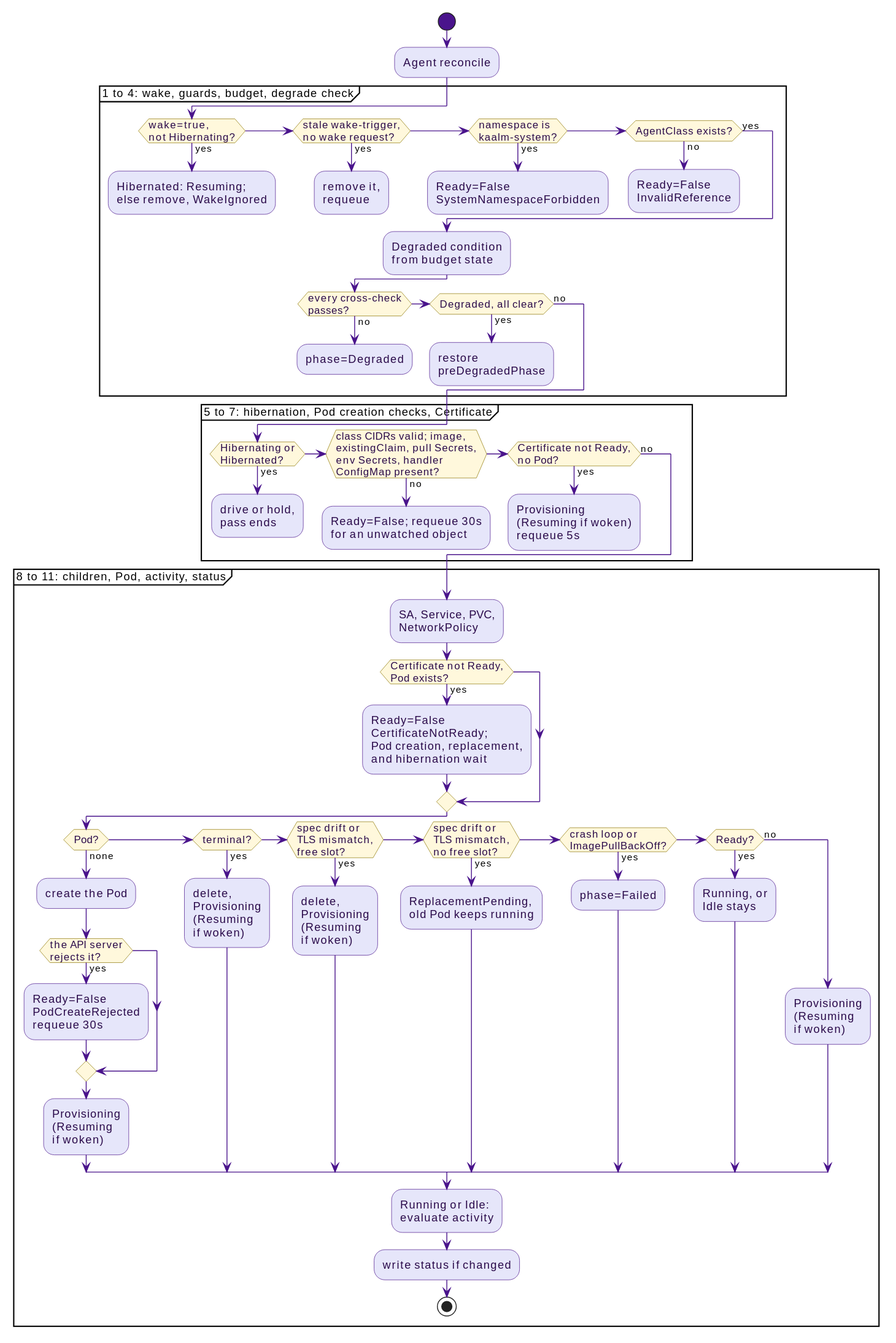
This is docs/src/diagrams/agent-reconcile-pass.svg from win07xp/kaalm, a PlantUML export, as it was before one commit.
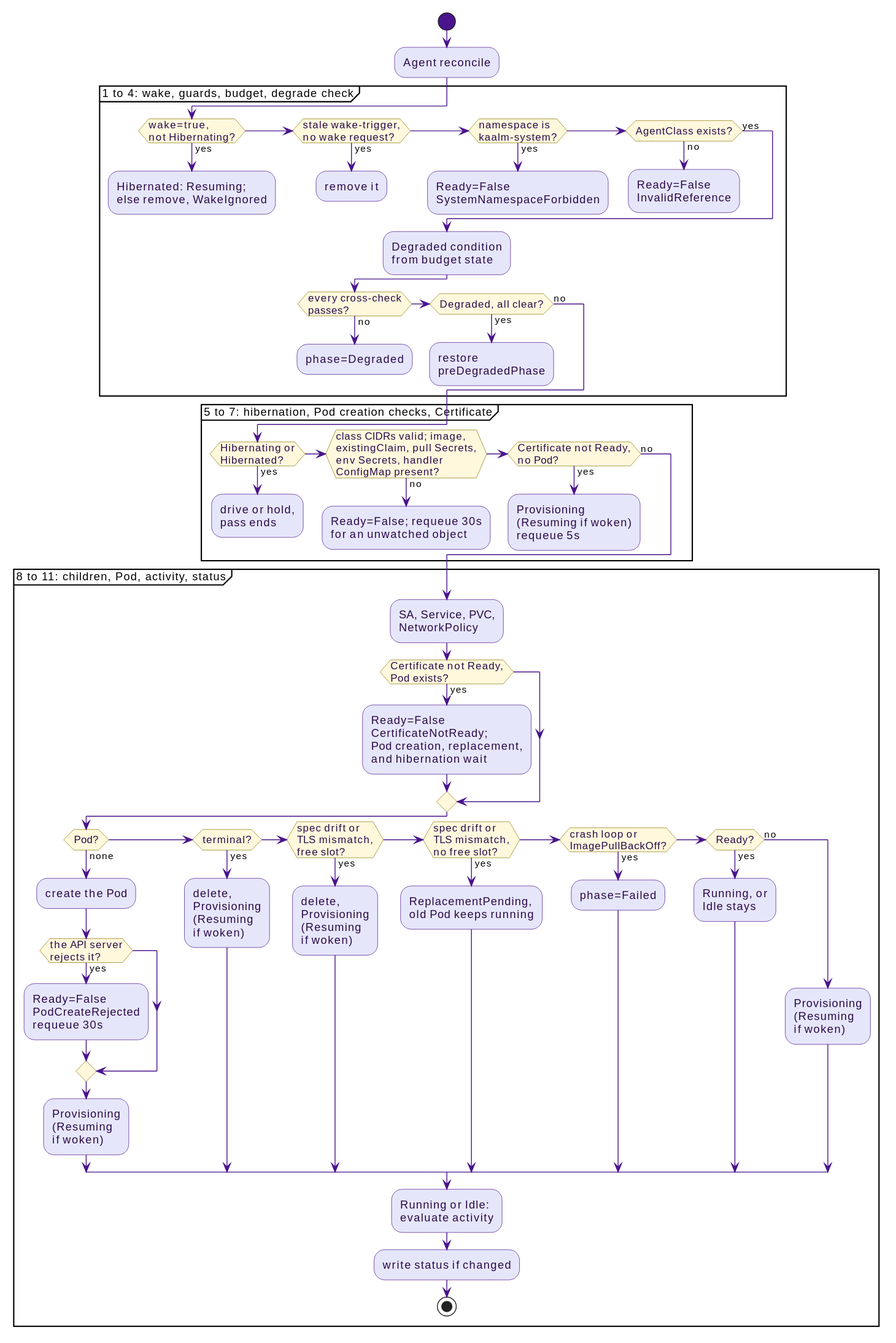
After the change.

The edit, as a diff of the source:
```diff
@@ -9,7 +9,7 @@
     :Hibernated: Resuming;\nelse remove, WakeIgnored;
     kill
   elseif (stale wake-trigger,\nno wake request?) then (yes)
-    :remove it,\nrequeue;
+    :remove it;
     kill
   elseif (namespace is\nkaalm-system?) then (yes)
     :Ready=False\nSystemNamespaceForbidden;
```
